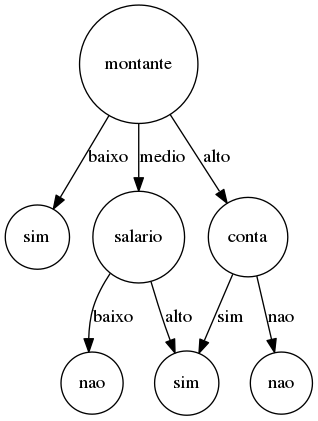
Earlier version of the Graphviz export Digraph.gv.png (netoaraujjo/id3). Its source is kept beside it as Digraph.gv.
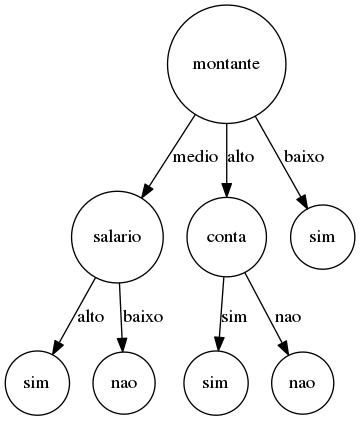
After the change.

Change to the diagram source:
```diff
@@ -1,18 +1,18 @@
 digraph {
 	node [shape=circle]
 	montante0 [label=montante]
-	sim2 [label=sim]
-		montante0 -> sim2 [label=baixo]
 	salario3 [label=salario]
-	nao5 [label=nao]
-		salario3 -> nao5 [label=baixo]
 	sim6 [label=sim]
 		salario3 -> sim6 [label=alto]
+	nao7 [label=nao]
+		salario3 -> nao7 [label=baixo]
 		montante0 -> salario3 [label=medio]
 	conta4 [label=conta]
-	sim6 [label=sim]
-		conta4 -> sim6 [label=sim]
-	nao7 [label=nao]
-		conta4 -> nao7 [label=nao]
+	sim7 [label=sim]
+		conta4 -> sim7 [label=sim]
+	nao8 [label=nao]
+		conta4 -> nao8 [label=nao]
 		montante0 -> conta4 [label=alto]
+	sim5 [label=sim]
+		montante0 -> sim5 [label=baixo]
 }
```
